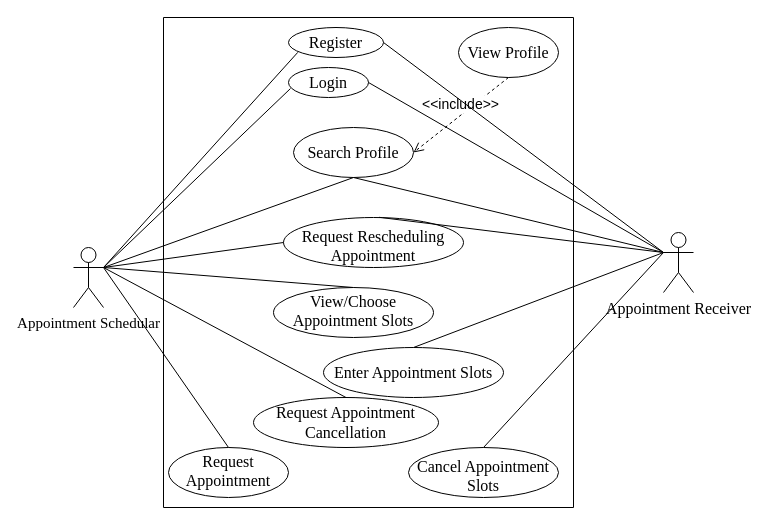
This is UseCase v1.1.drawio from Yash7200/CP-1, a draw.io file, before an edit. Source tidied: cells renumbered, new cells numbered last; positions are measured from the earlier drawing's top-left corner, leaving out a move shared by most shapes. Both pictures are drawn from the tidied source at 100%, with x=0, y=0 at pixel (73, 17).
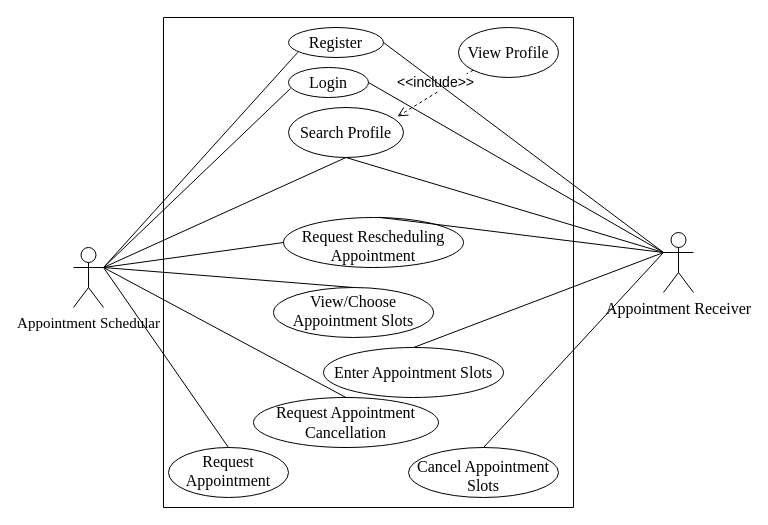
Above is the later version.

Unchanged cells that the change refers to:
```xml
<mxCell id="3" style="swimlane;startSize=0;" parent="1" vertex="1">
  <mxGeometry x="90" width="410" height="490" as="geometry" />
</mxCell>
<mxCell id="7" value="&lt;div&gt;View Profile&lt;/div&gt;" style="ellipse;whiteSpace=wrap;html=1;fontFamily=Times New Roman;fontSize=16;verticalAlign=middle;" parent="3" vertex="1">
  <mxGeometry x="295" y="10" width="100" height="50" as="geometry" />
</mxCell>
```

Change to the diagram source:
```diff
@@
     <mxCell id="5" value="&lt;div&gt;Search Profile&lt;/div&gt;" style="ellipse;whiteSpace=wrap;html=1;fontFamily=Times New Roman;fontSize=16;" parent="3" vertex="1">
-      <mxGeometry x="130" y="110" width="120" height="50" as="geometry" />
+      <mxGeometry x="125" y="90" width="115" height="50" as="geometry" />
     </mxCell>
@@
-    <mxCell id="14" value="&amp;lt;&amp;lt;include&amp;gt;&amp;gt;" style="html=1;verticalAlign=bottom;endArrow=open;dashed=1;endSize=8;rounded=0;fontSize=14;exitX=0.5;exitY=1;exitDx=0;exitDy=0;entryX=1;entryY=0.5;entryDx=0;entryDy=0;" parent="3" edge="1" source="7" target="5">
+    <mxCell id="14" value="&amp;lt;&amp;lt;include&amp;gt;&amp;gt;" style="html=1;verticalAlign=bottom;endArrow=open;dashed=1;endSize=8;rounded=0;fontSize=14;exitX=0;exitY=1;exitDx=0;exitDy=0;entryX=0.948;entryY=0.18;entryDx=0;entryDy=0;entryPerimeter=0;" parent="3" edge="1" source="7" target="5">
       <mxGeometry relative="1" as="geometry" />
     </mxCell>
```
